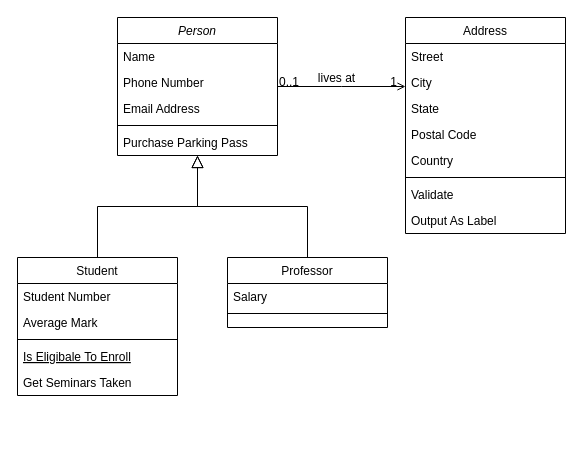
Before: Untitled Diagram.drawio in lyucean/team_rules, a draw.io diagram. Source tidied: cells renumbered, new cells numbered last; positions are measured from the earlier drawing's top-left corner, leaving out a move shared by most shapes. Both pictures are drawn from the tidied source at 100%, with x=0, y=0 at pixel (17, 17).
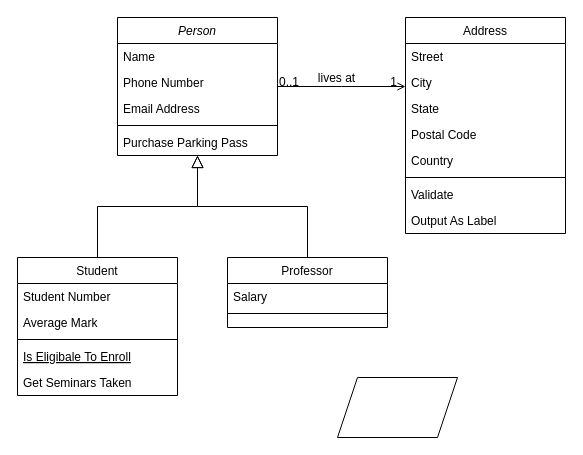
The same diagram, later.

Change to the diagram source:
```diff
@@
+    <mxCell id="32" style="shape=parallelogram;perimeter=parallelogramPerimeter;whiteSpace=wrap;html=1;fixedSize=1;" parent="1" vertex="1">
+      <mxGeometry x="320" y="360" width="120" height="60" as="geometry" />
+    </mxCell>
```
